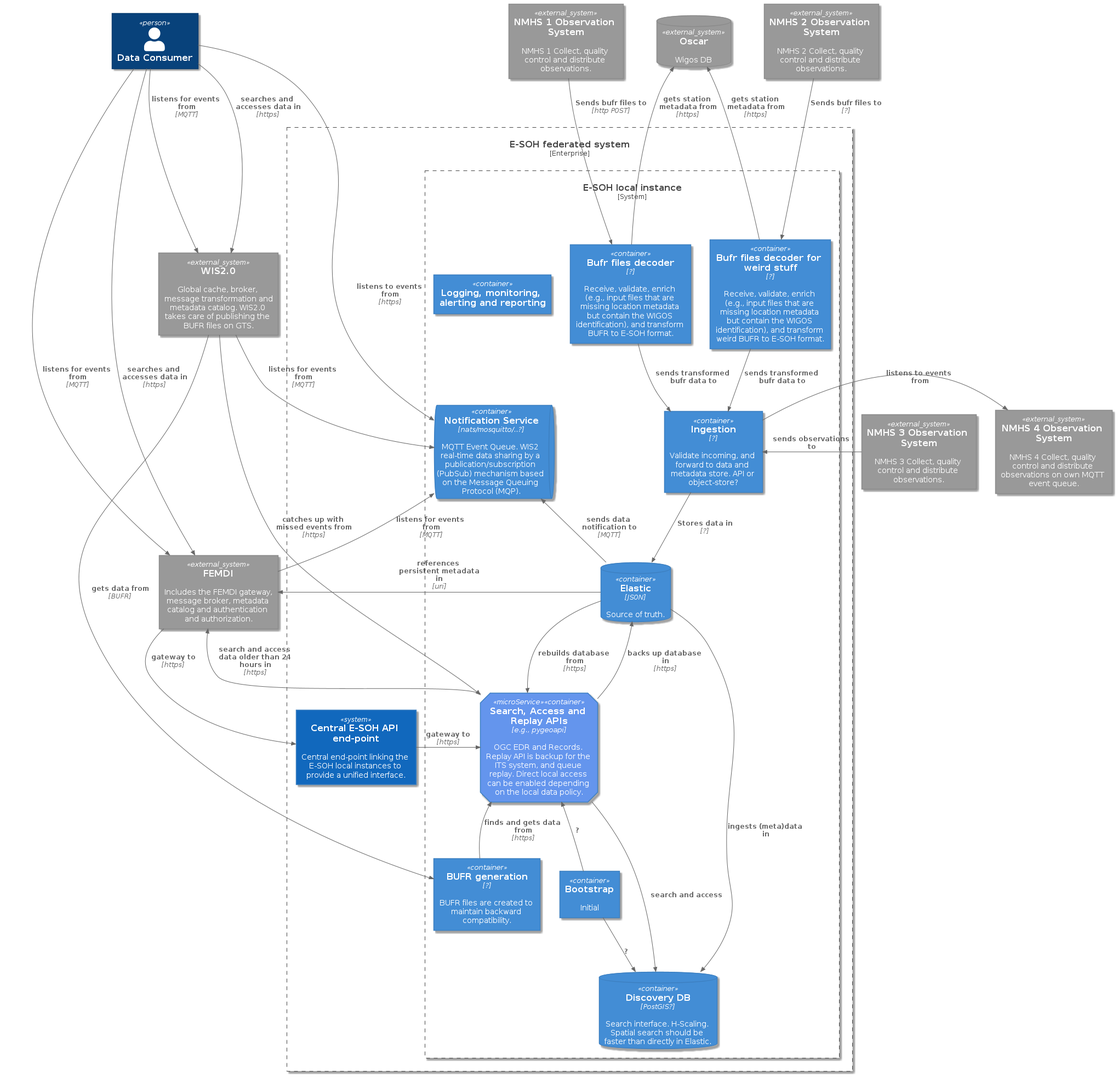
Before: 03-container-diagram/c4-container-diagram.png, a diagram exported from PlantUML (EURODEO/e-soh-c4).
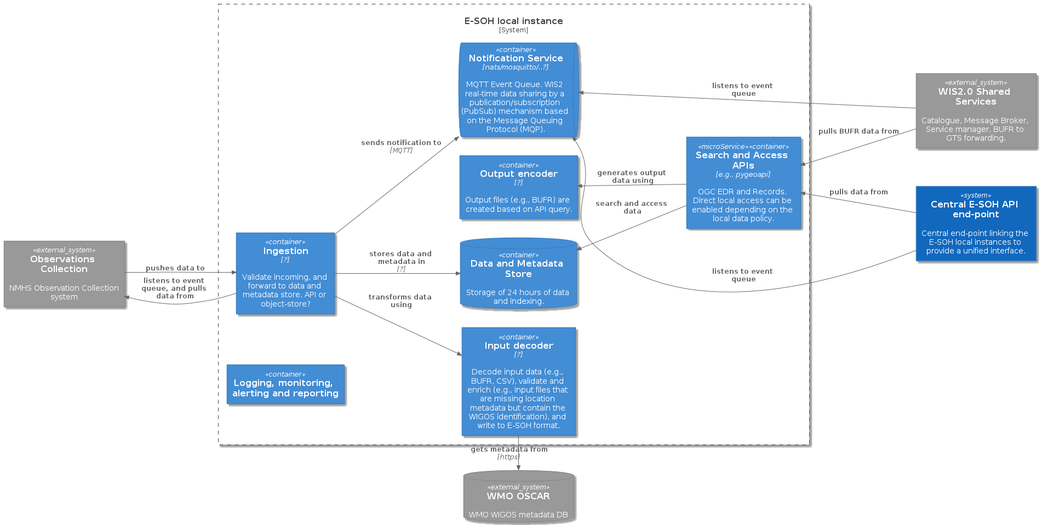
After the change.

Commit message:
simplified container diagram

Diff of the diagram source:
```diff
@@ -1,81 +1,45 @@
 @startuml "c4-container-diagram"
 !include https://raw.githubusercontent.com/plantuml-stdlib/C4-PlantUML/master/C4_Container.puml
 
-AddElementTag("microService", $shape=EightSidedShape(), $bgColor="CornflowerBlue", $fontColor="white", $legendText="micro service\neight sided")
+LAYOUT_LEFT_RIGHT()
 
-SystemDb_Ext(oscar, "Oscar", "Wigos DB")
-System_Ext(femdi, "FEMDI", "Includes the FEMDI gateway, message broker, metadata catalog and authentication and authorization.")
-System_Ext(wis2, "WIS2.0", "Global cache, broker, message transformation and metadata catalog. WIS2.0 takes care of publishing the BUFR files on GTS.")
-System_Ext(NMHSObs1,"NMHS 1 Observation System", "NMHS 1 Collect, quality control and distribute observations.")
-System_Ext(NMHSObs2,"NMHS 2 Observation System", "NMHS 2 Collect, quality control and distribute observations.")
-System_Ext(NMHSObs3,"NMHS 3 Observation System", "NMHS 3 Collect, quality control and distribute observations.")
-System_Ext(NMHSObs4,"NMHS 4 Observation System", "NMHS 4 Collect, quality control and distribute observations on own MQTT event queue.")
+System_Ext(wis2shared, "WIS2.0 Shared Services", "Catalogue, Message Broker, Service manager, BUFR to GTS forwarding.")
+SystemDb_Ext(oscar, "WMO OSCAR", "WMO WIGOS metadata DB")
+System_Ext(obscoll,"Observations Collection", "NMHS Observation Collection system")
+System(centralapi, "Central E-SOH API end-point", "Central end-point linking the E-SOH local instances to provide a unified interface.")
 
-Person(consumer, "Data Consumer")
-
-Enterprise_Boundary(esoh_all, "E-SOH federated system"){
-  System(proxy, "Central E-SOH API end-point", "Central end-point linking the E-SOH local instances to provide a unified interface.")
-
-  System_Boundary(esoh_fed, "E-SOH local instance"){
+System_Boundary(esoh, "E-SOH local instance"){
     ContainerQueue(queue, "Notification Service", "nats/mosquitto/..?", "MQTT Event Queue. WIS2 real-time data sharing by a publication/subscription (PubSub) mechanism based on the Message Queuing Protocol (MQP).")
 
-    Container(queries, "Search, Access and Replay APIs", "e.g., pygeoapi", "OGC EDR and Records. Replay API is backup for the ITS system, and queue replay. Direct local access can be enabled depending on the local data policy.", $tags = "microService")
+    Container(queries, "Search and Access APIs", "e.g., pygeoapi", "OGC EDR and Records. Direct local access can be enabled depending on the local data policy.", $tags = "microService")
 
-    Container(IngestionService, "Ingestion", "?", "Validate incoming, and forward to data and metadata store. API or object-store?")
-    Container(SingleBufrReceiver, "Bufr files decoder", "?", "Receive, validate, enrich (e.g., input files that are missing location metadata but contain the WIGOS identification), and transform BUFR to E-SOH format.")
-    Container(CustomBufrReceiver, "Bufr files decoder for weird stuff", "?", "Receive, validate, enrich (e.g., input files that are missing location metadata but contain the WIGOS identification), and transform weird BUFR to E-SOH format.")
+    Container(ingestion, "Ingestion", "?", "Validate incoming, and forward to data and metadata store. API or object-store?")
+    Container(decoder, "Input decoder", "?", "Decode input data (e.g., BUFR, CSV), validate and enrich (e.g., input files that are missing location metadata but contain the WIGOS identification), and write to E-SOH format.")
 
 
-    Container(bufr_generator, "BUFR generation", "?", "BUFR files are created to maintain backward compatibility.")
+    Container(output_encoder, "Output encoder", "?", "Output files (e.g., BUFR) are created based on API query.")
     Container(lmar, "Logging, monitoring, alerting and reporting", "")
 
 
-    ContainerDb(elastic, "Elastic", "JSON", "Source of truth.")
-    ContainerDb(db, "Discovery DB", "PostGIS?", "Search interface. H-Scaling. Spatial search should be faster than directly in Elastic.")
-    Container(bootstrap, "Bootstrap", "", "Initial")
+    ContainerDb(store, "Data and Metadata Store", "", "Storage of 24 hours of data and indexing.")
 
-  }
 }
 
-Rel_D(NMHSObs1, SingleBufrReceiver, "Sends bufr files to", "http POST")
-Rel_D(NMHSObs2, CustomBufrReceiver, "Sends bufr files to", "?")
+Rel_D(obscoll, ingestion, "pushes data to")
+Rel_U(ingestion, obscoll, "listens to event queue, and pulls data from")
+Rel(ingestion, decoder, "transforms data using", "")
+Rel_L(decoder, oscar, "gets metadata from", "https")
 
-Rel_U(SingleBufrReceiver, oscar, "gets station metadata from", "https")
-Rel_U(CustomBufrReceiver, oscar, "gets station metadata from", "https")
+Rel_U(wis2shared, queries, "pulls BUFR data from")
+Rel_U(wis2shared, queue, "listens to event queue")
 
-Rel_L(NMHSObs3, IngestionService, "sends observations to", "")
-Rel_R(IngestionService, NMHSObs4, "listens to events from", "")
-Rel_D(SingleBufrReceiver, IngestionService, "sends transformed bufr data to", "")
-Rel_D(CustomBufrReceiver, IngestionService, "sends transformed bufr data to", "")
+Rel_U(queries, output_encoder, "generates output data using")
+Rel_U(centralapi, queries, "pulls data from")
+Rel_U(centralapi, queue, "listens to event queue")
 
-Rel_D(IngestionService, elastic, "Stores data in", "?")
+Rel(ingestion, store, "stores data and metadata in", "?")
+Rel(ingestion, queue, "sends notification to", "MQTT")
 
-Rel_R(elastic, queries, "rebuilds database from", "https")
-Rel(elastic, femdi, "references persistent metadata in", "uri")
-Rel_L(elastic, db, "ingests (meta)data in", "")
-Rel_U(elastic, queue, "sends data notification to", "MQTT")
-
-Rel(queries, elastic, "backs up database in", "https")
-Rel(wis2, queries, "catches up with missed events from", "https")
-Rel(femdi, queue, "listens for events from", "MQTT")
-Rel(queries,  db, "search and access", "")
-Rel(queries,  femdi, "search and access data older than 24 hours in", "https")
-
-Rel(wis2, queue, "listens for events from", "MQTT")
-
-Rel_U(bufr_generator, queries, "finds and gets data from", "https")
-Rel(wis2, bufr_generator, "gets data from", "BUFR")
-
-Rel(consumer, femdi, "searches and accesses data in", "https")
-Rel(consumer, femdi, "listens for events from", "MQTT")
-Rel(consumer, wis2, "searches and accesses data in", "https")
-Rel(consumer, wis2, "listens for events from", "MQTT")
-Rel_L(proxy, queries, "gateway to", "https")
-Rel_D(femdi, proxy, "gateway to", "https")
-
-Rel(consumer, queue, "listens to events from", "https")
-
-Rel_U(bootstrap, queries, "?", "")
-Rel_D(bootstrap, db, "?", "")
+Rel_U(queries, store, "search and access data")
 
 @enduml
```
